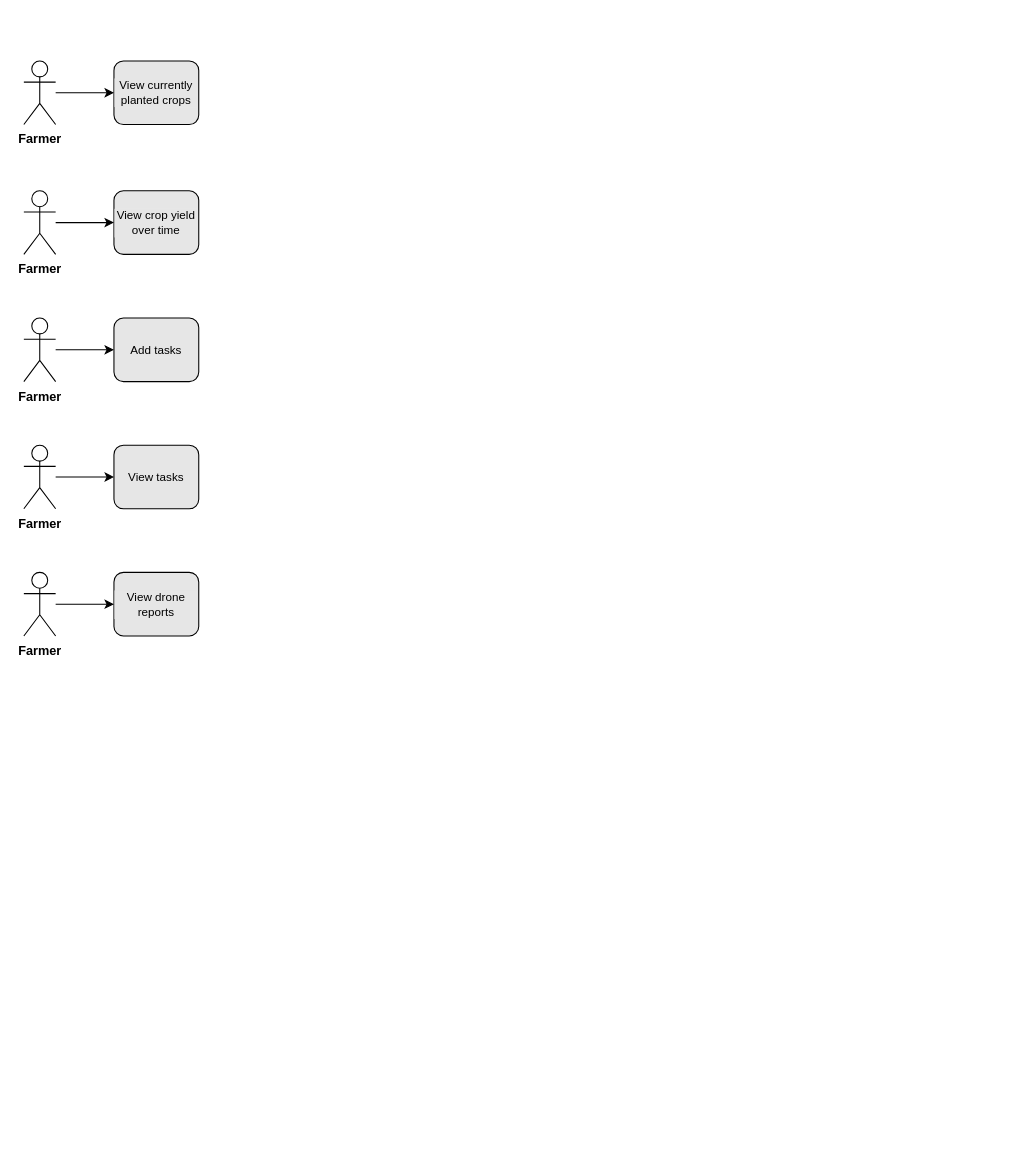
The draw.io diagram diagrams/separate_usecases.drawio in jacob5948/CS420, before the edit. Source tidied: cells renumbered, new cells numbered last; positions are measured from the earlier drawing's top-left corner, leaving out a move shared by most shapes. Both pictures are drawn from the tidied source at 106%, with x=0, y=0 at pixel (23, 60).
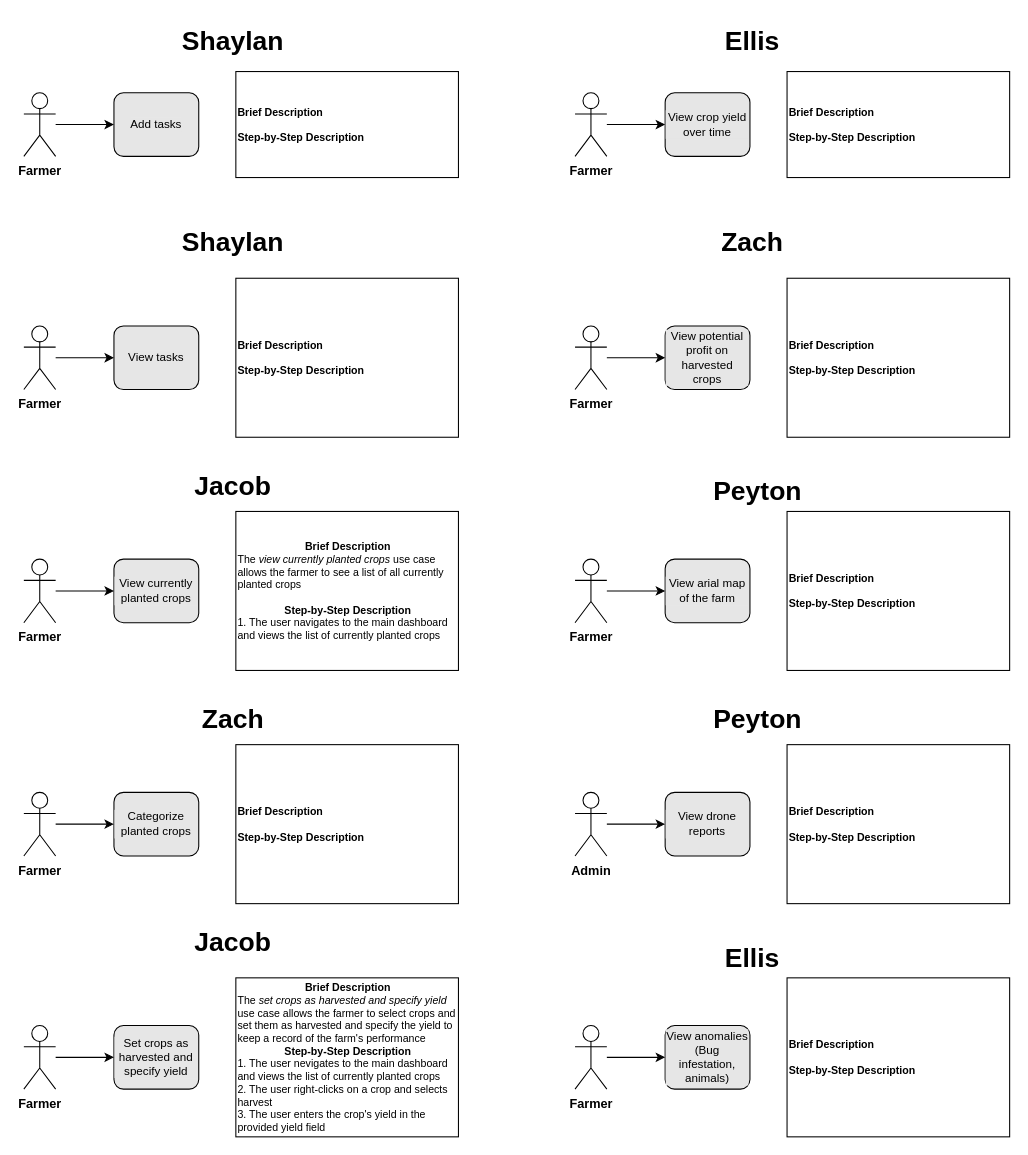
After the change.

What changed in the source:
```diff
@@
     <mxCell id="3" value="&lt;div&gt;&lt;b&gt;Farmer&lt;/b&gt;&lt;/div&gt;" style="shape=umlActor;verticalLabelPosition=bottom;verticalAlign=top;html=1;" parent="1" vertex="1">
-      <mxGeometry width="30" height="60" as="geometry" />
+      <mxGeometry y="30" width="30" height="60" as="geometry" />
     </mxCell>
-    <mxCell id="4" value="View currently planted crops" style="rounded=1;whiteSpace=wrap;html=1;fontSize=11;labelBackgroundColor=#E6E6E6;fillColor=#E6E6E6;labelBorderColor=none;" parent="1" vertex="1">
-      <mxGeometry x="85" width="80" height="60" as="geometry" />
+    <mxCell id="4" value="Add tasks" style="rounded=1;whiteSpace=wrap;html=1;fontSize=11;labelBackgroundColor=#E6E6E6;fillColor=#E6E6E6;labelBorderColor=none;" parent="1" vertex="1">
+      <mxGeometry x="85" y="30" width="80" height="60" as="geometry" />
     </mxCell>
@@
     <mxCell id="6" value="&lt;div&gt;&lt;b&gt;Farmer&lt;/b&gt;&lt;/div&gt;" style="shape=umlActor;verticalLabelPosition=bottom;verticalAlign=top;html=1;" parent="1" vertex="1">
-      <mxGeometry y="122.5" width="30" height="60" as="geometry" />
+      <mxGeometry y="250" width="30" height="60" as="geometry" />
     </mxCell>
-    <mxCell id="7" value="&lt;div&gt;View crop yield over time&lt;/div&gt;" style="rounded=1;whiteSpace=wrap;html=1;fontSize=11;labelBackgroundColor=#E6E6E6;fillColor=#E6E6E6;labelBorderColor=none;" parent="1" vertex="1">
-      <mxGeometry x="85" y="122.5" width="80" height="60" as="geometry" />
+    <mxCell id="7" value="&lt;div&gt;View tasks&lt;/div&gt;" style="rounded=1;whiteSpace=wrap;html=1;fontSize=11;labelBackgroundColor=#E6E6E6;fillColor=#E6E6E6;labelBorderColor=none;" parent="1" vertex="1">
+      <mxGeometry x="85" y="250" width="80" height="60" as="geometry" />
     </mxCell>
@@
     <mxCell id="9" value="&lt;div&gt;&lt;b&gt;Farmer&lt;/b&gt;&lt;/div&gt;" style="shape=umlActor;verticalLabelPosition=bottom;verticalAlign=top;html=1;" parent="1" vertex="1">
-      <mxGeometry y="242.5" width="30" height="60" as="geometry" />
+      <mxGeometry y="470" width="30" height="60" as="geometry" />
     </mxCell>
-    <mxCell id="10" value="Add tasks" style="rounded=1;whiteSpace=wrap;html=1;fontSize=11;labelBackgroundColor=#E6E6E6;fillColor=#E6E6E6;labelBorderColor=none;" parent="1" vertex="1">
-      <mxGeometry x="85" y="242.5" width="80" height="60" as="geometry" />
+    <mxCell id="10" value="View currently planted crops" style="rounded=1;whiteSpace=wrap;html=1;fontSize=11;labelBackgroundColor=#E6E6E6;fillColor=#E6E6E6;labelBorderColor=none;" parent="1" vertex="1">
+      <mxGeometry x="85" y="470" width="80" height="60" as="geometry" />
     </mxCell>
@@
     <mxCell id="12" value="&lt;div&gt;&lt;b&gt;Farmer&lt;/b&gt;&lt;/div&gt;" style="shape=umlActor;verticalLabelPosition=bottom;verticalAlign=top;html=1;" parent="1" vertex="1">
-      <mxGeometry y="362.5" width="30" height="60" as="geometry" />
+      <mxGeometry y="690" width="30" height="60" as="geometry" />
     </mxCell>
-    <mxCell id="13" value="&lt;div&gt;View tasks&lt;/div&gt;" style="rounded=1;whiteSpace=wrap;html=1;fontSize=11;labelBackgroundColor=#E6E6E6;fillColor=#E6E6E6;labelBorderColor=none;" parent="1" vertex="1">
-      <mxGeometry x="85" y="362.5" width="80" height="60" as="geometry" />
+    <mxCell id="13" value="&lt;div&gt;Categorize planted crops&lt;br&gt;&lt;/div&gt;" style="rounded=1;whiteSpace=wrap;html=1;fontSize=11;labelBackgroundColor=#E6E6E6;fillColor=#E6E6E6;labelBorderColor=none;" parent="1" vertex="1">
+      <mxGeometry x="85" y="690" width="80" height="60" as="geometry" />
     </mxCell>
@@
     <mxCell id="15" value="&lt;div&gt;&lt;b&gt;Farmer&lt;/b&gt;&lt;/div&gt;" style="shape=umlActor;verticalLabelPosition=bottom;verticalAlign=top;html=1;" parent="1" vertex="1">
-      <mxGeometry y="482.5" width="30" height="60" as="geometry" />
+      <mxGeometry y="910" width="30" height="60" as="geometry" />
     </mxCell>
-    <mxCell id="16" value="&lt;div&gt;View drone reports&lt;/div&gt;" style="rounded=1;whiteSpace=wrap;html=1;fontSize=11;labelBackgroundColor=#E6E6E6;fillColor=#E6E6E6;labelBorderColor=none;" parent="1" vertex="1">
-      <mxGeometry x="85" y="482.5" width="80" height="60" as="geometry" />
+    <mxCell id="16" value="Set crops as harvested and specify yield" style="rounded=1;whiteSpace=wrap;html=1;fontSize=11;labelBackgroundColor=#E6E6E6;fillColor=#E6E6E6;labelBorderColor=none;" parent="1" vertex="1">
+      <mxGeometry x="85" y="910" width="80" height="60" as="geometry" />
     </mxCell>
+    <mxCell id="17" value="&lt;div style=&quot;font-size: 10px;&quot; align=&quot;left&quot;&gt;&lt;font style=&quot;font-size: 10px;&quot;&gt;&lt;b style=&quot;font-size: 10px;&quot;&gt;Brief Description&lt;/b&gt;&lt;/font&gt;&lt;/div&gt;&lt;div style=&quot;font-size: 10px;&quot; align=&quot;left&quot;&gt;&lt;font style=&quot;font-size: 10px;&quot;&gt;&lt;b style=&quot;font-size: 10px;&quot;&gt;&lt;br style=&quot;font-size: 10px;&quot;&gt;&lt;/b&gt;&lt;/font&gt;&lt;/div&gt;&lt;div style=&quot;font-size: 10px;&quot; align=&quot;left&quot;&gt;&lt;font style=&quot;font-size: 10px;&quot;&gt;&lt;b style=&quot;font-size: 10px;&quot;&gt;Step-by-Step Description&lt;br style=&quot;font-size: 10px;&quot;&gt;&lt;/b&gt;&lt;/font&gt;&lt;/div&gt;" style="rounded=0;whiteSpace=wrap;html=1;align=left;fontSize=10;" parent="1" vertex="1">
+      <mxGeometry x="200" y="10" width="210" height="100" as="geometry" />
+    </mxCell>
+    <mxCell id="18" value="&lt;div style=&quot;font-size: 10px;&quot; align=&quot;left&quot;&gt;&lt;font style=&quot;font-size: 10px;&quot;&gt;&lt;b style=&quot;font-size: 10px;&quot;&gt;Brief Description&lt;/b&gt;&lt;/font&gt;&lt;/div&gt;&lt;div style=&quot;font-size: 10px;&quot; align=&quot;left&quot;&gt;&lt;font style=&quot;font-size: 10px;&quot;&gt;&lt;b style=&quot;font-size: 10px;&quot;&gt;&lt;br style=&quot;font-size: 10px;&quot;&gt;&lt;/b&gt;&lt;/font&gt;&lt;/div&gt;&lt;div style=&quot;font-size: 10px;&quot; align=&quot;left&quot;&gt;&lt;font style=&quot;font-size: 10px;&quot;&gt;&lt;b style=&quot;font-size: 10px;&quot;&gt;Step-by-Step Description&lt;br style=&quot;font-size: 10px;&quot;&gt;&lt;/b&gt;&lt;/font&gt;&lt;/div&gt;" style="rounded=0;whiteSpace=wrap;html=1;align=left;fontSize=10;" parent="1" vertex="1">
+      <mxGeometry x="200" y="205" width="210" height="150" as="geometry" />
+    </mxCell>
+    <mxCell id="19" value="&lt;div style=&quot;font-size: 10px&quot; align=&quot;center&quot;&gt;&lt;font style=&quot;font-size: 10px&quot;&gt;&lt;b style=&quot;font-size: 10px&quot;&gt;Brief Description&lt;/b&gt;&lt;/font&gt;&lt;/div&gt;&lt;div style=&quot;font-size: 10px&quot; align=&quot;left&quot;&gt;&lt;font style=&quot;font-size: 10px&quot;&gt;&lt;span style=&quot;font-size: 10px&quot;&gt;The &lt;i style=&quot;font-size: 10px&quot;&gt;view currently planted crops&lt;/i&gt; use case allows the farmer to see a list of all currently planted crops&lt;/span&gt;&lt;/font&gt;&lt;/div&gt;&lt;div style=&quot;font-size: 10px&quot; align=&quot;left&quot;&gt;&lt;font style=&quot;font-size: 10px&quot;&gt;&lt;span style=&quot;font-size: 10px&quot;&gt;&lt;/span&gt;&lt;b style=&quot;font-size: 10px&quot;&gt;&lt;br style=&quot;font-size: 10px&quot;&gt;&lt;/b&gt;&lt;/font&gt;&lt;/div&gt;&lt;div style=&quot;font-size: 10px&quot; align=&quot;center&quot;&gt;&lt;font style=&quot;font-size: 10px&quot;&gt;&lt;b style=&quot;font-size: 10px&quot;&gt;Step-by-Step Description&lt;br&gt;&lt;/b&gt;&lt;/font&gt;&lt;/div&gt;&lt;div style=&quot;font-size: 10px&quot; align=&quot;left&quot;&gt;&lt;font style=&quot;font-size: 10px&quot;&gt;&lt;span style=&quot;font-size: 10px&quot;&gt;1. The user navigates to the main dashboard and views the list of currently planted crops&lt;/span&gt;&lt;b style=&quot;font-size: 10px&quot;&gt;&lt;br style=&quot;font-size: 10px&quot;&gt;&lt;/b&gt;&lt;/font&gt;&lt;/div&gt;" style="rounded=0;whiteSpace=wrap;html=1;align=left;fontSize=10;" parent="1" vertex="1">
+      <mxGeometry x="200" y="425" width="210" height="150" as="geometry" />
+    </mxCell>
+    <mxCell id="20" value="&lt;div style=&quot;font-size: 10px&quot; align=&quot;center&quot;&gt;&lt;font style=&quot;font-size: 10px&quot;&gt;&lt;b style=&quot;font-size: 10px&quot;&gt;Brief Description&lt;/b&gt;&lt;/font&gt;&lt;/div&gt;&lt;div style=&quot;font-size: 10px&quot; align=&quot;left&quot;&gt;&lt;font style=&quot;font-size: 10px&quot;&gt;&lt;span style=&quot;font-size: 10px&quot;&gt;The &lt;i&gt;set crops as harvested and specify yield&lt;/i&gt; use case allows the farmer to select crops and set them as harvested and specify the yield to keep a record of the farm's performance&lt;br style=&quot;font-size: 10px&quot;&gt;&lt;/span&gt;&lt;b style=&quot;font-size: 10px&quot;&gt;&lt;/b&gt;&lt;/font&gt;&lt;/div&gt;&lt;div style=&quot;font-size: 10px&quot; align=&quot;center&quot;&gt;&lt;font style=&quot;font-size: 10px&quot;&gt;&lt;b style=&quot;font-size: 10px&quot;&gt;Step-by-Step Description&lt;/b&gt;&lt;/font&gt;&lt;/div&gt;&lt;div style=&quot;font-size: 10px&quot; align=&quot;left&quot;&gt;&lt;font style=&quot;font-size: 10px&quot;&gt;&lt;span style=&quot;font-size: 10px&quot;&gt;1. The user nevigates to the main dashboard and views the list of currently planted crops&lt;/span&gt;&lt;/font&gt;&lt;/div&gt;&lt;div style=&quot;font-size: 10px&quot; align=&quot;left&quot;&gt;&lt;font style=&quot;font-size: 10px&quot;&gt;&lt;span style=&quot;font-size: 10px&quot;&gt;2. The user right-clicks on a crop and selects harvest&lt;/span&gt;&lt;/font&gt;&lt;/div&gt;&lt;div style=&quot;font-size: 10px&quot; align=&quot;left&quot;&gt;&lt;font style=&quot;font-size: 10px&quot;&gt;&lt;span style=&quot;font-size: 10px&quot;&gt;3. The user enters the crop's yield in the provided yield field&lt;br&gt;&lt;/span&gt;&lt;/font&gt;&lt;/div&gt;" style="rounded=0;whiteSpace=wrap;html=1;align=left;fontSize=10;" parent="1" vertex="1">
+      <mxGeometry x="200" y="865" width="210" height="150" as="geometry" />
+    </mxCell>
+    <mxCell id="21" value="&lt;div style=&quot;font-size: 10px;&quot; align=&quot;left&quot;&gt;&lt;font style=&quot;font-size: 10px;&quot;&gt;&lt;b style=&quot;font-size: 10px;&quot;&gt;Brief Description&lt;/b&gt;&lt;/font&gt;&lt;/div&gt;&lt;div style=&quot;font-size: 10px;&quot; align=&quot;left&quot;&gt;&lt;font style=&quot;font-size: 10px;&quot;&gt;&lt;b style=&quot;font-size: 10px;&quot;&gt;&lt;br style=&quot;font-size: 10px;&quot;&gt;&lt;/b&gt;&lt;/font&gt;&lt;/div&gt;&lt;div style=&quot;font-size: 10px;&quot; align=&quot;left&quot;&gt;&lt;font style=&quot;font-size: 10px;&quot;&gt;&lt;b style=&quot;font-size: 10px;&quot;&gt;Step-by-Step Description&lt;/b&gt;&lt;/font&gt;&lt;/div&gt;" style="rounded=0;whiteSpace=wrap;html=1;align=left;fontSize=10;" parent="1" vertex="1">
+      <mxGeometry x="200" y="645" width="210" height="150" as="geometry" />
+    </mxCell>
+    <mxCell id="22" style="edgeStyle=orthogonalEdgeStyle;rounded=0;jettySize=auto;html=1;entryX=0;entryY=0.5;entryDx=0;entryDy=0;" parent="1" edge="1" source="23" target="24">
+      <mxGeometry relative="1" as="geometry" />
+    </mxCell>
+    <mxCell id="23" value="&lt;div&gt;&lt;b&gt;Farmer&lt;/b&gt;&lt;/div&gt;" style="shape=umlActor;verticalLabelPosition=bottom;verticalAlign=top;html=1;" parent="1" vertex="1">
+      <mxGeometry x="520" y="30" width="30" height="60" as="geometry" />
+    </mxCell>
+    <mxCell id="24" value="View crop yield over time" style="rounded=1;whiteSpace=wrap;html=1;fontSize=11;labelBackgroundColor=#E6E6E6;fillColor=#E6E6E6;labelBorderColor=none;" parent="1" vertex="1">
+      <mxGeometry x="605" y="30" width="80" height="60" as="geometry" />
+    </mxCell>
+    <mxCell id="25" style="edgeStyle=orthogonalEdgeStyle;rounded=0;jettySize=auto;html=1;entryX=0;entryY=0.5;entryDx=0;entryDy=0;" parent="1" edge="1" source="26" target="27">
+      <mxGeometry relative="1" as="geometry" />
+    </mxCell>
+    <mxCell id="26" value="&lt;div&gt;&lt;b&gt;Farmer&lt;/b&gt;&lt;/div&gt;" style="shape=umlActor;verticalLabelPosition=bottom;verticalAlign=top;html=1;" parent="1" vertex="1">
+      <mxGeometry x="520" y="250" width="30" height="60" as="geometry" />
+    </mxCell>
+    <mxCell id="27" value="View potential profit on harvested crops" style="rounded=1;whiteSpace=wrap;html=1;fontSize=11;labelBackgroundColor=#E6E6E6;fillColor=#E6E6E6;labelBorderColor=none;" parent="1" vertex="1">
+      <mxGeometry x="605" y="250" width="80" height="60" as="geometry" />
+    </mxCell>
+    <mxCell id="28" style="edgeStyle=orthogonalEdgeStyle;rounded=0;jettySize=auto;html=1;entryX=0;entryY=0.5;entryDx=0;entryDy=0;" parent="1" edge="1" source="29" target="30">
+      <mxGeometry relative="1" as="geometry" />
+    </mxCell>
+    <mxCell id="29" value="&lt;div&gt;&lt;b&gt;Farmer&lt;/b&gt;&lt;/div&gt;" style="shape=umlActor;verticalLabelPosition=bottom;verticalAlign=top;html=1;" parent="1" vertex="1">
+      <mxGeometry x="520" y="470" width="30" height="60" as="geometry" />
+    </mxCell>
+    <mxCell id="30" value="View arial map of the farm" style="rounded=1;whiteSpace=wrap;html=1;fontSize=11;labelBackgroundColor=#E6E6E6;fillColor=#E6E6E6;labelBorderColor=none;" parent="1" vertex="1">
+      <mxGeometry x="605" y="470" width="80" height="60" as="geometry" />
+    </mxCell>
+    <mxCell id="31" style="edgeStyle=orthogonalEdgeStyle;rounded=0;jettySize=auto;html=1;entryX=0;entryY=0.5;entryDx=0;entryDy=0;" parent="1" edge="1" source="32" target="33">
+      <mxGeometry relative="1" as="geometry" />
+    </mxCell>
+    <mxCell id="32" value="&lt;b&gt;Admin&lt;/b&gt;" style="shape=umlActor;verticalLabelPosition=bottom;verticalAlign=top;html=1;" parent="1" vertex="1">
+      <mxGeometry x="520" y="690" width="30" height="60" as="geometry" />
+    </mxCell>
+    <mxCell id="33" value="View drone reports" style="rounded=1;whiteSpace=wrap;html=1;fontSize=11;labelBackgroundColor=#E6E6E6;fillColor=#E6E6E6;labelBorderColor=none;" parent="1" vertex="1">
+      <mxGeometry x="605" y="690" width="80" height="60" as="geometry" />
+    </mxCell>
+    <mxCell id="34" style="edgeStyle=orthogonalEdgeStyle;rounded=0;jettySize=auto;html=1;entryX=0;entryY=0.5;entryDx=0;entryDy=0;" parent="1" edge="1" source="35" target="36">
+      <mxGeometry relative="1" as="geometry" />
+    </mxCell>
+    <mxCell id="35" value="&lt;div&gt;&lt;b&gt;Farmer&lt;/b&gt;&lt;/div&gt;" style="shape=umlActor;verticalLabelPosition=bottom;verticalAlign=top;html=1;" parent="1" vertex="1">
+      <mxGeometry x="520" y="910" width="30" height="60" as="geometry" />
+    </mxCell>
+    <mxCell id="36" value="View anomalies (Bug infestation, animals)" style="rounded=1;whiteSpace=wrap;html=1;fontSize=11;labelBackgroundColor=#E6E6E6;fillColor=#E6E6E6;labelBorderColor=none;" parent="1" vertex="1">
+      <mxGeometry x="605" y="910" width="80" height="60" as="geometry" />
+    </mxCell>
+    <mxCell id="37" value="&lt;div style=&quot;font-size: 10px;&quot; align=&quot;left&quot;&gt;&lt;font style=&quot;font-size: 10px;&quot;&gt;&lt;b style=&quot;font-size: 10px;&quot;&gt;Brief Description&lt;/b&gt;&lt;/font&gt;&lt;/div&gt;&lt;div style=&quot;font-size: 10px;&quot; align=&quot;left&quot;&gt;&lt;font style=&quot;font-size: 10px;&quot;&gt;&lt;b style=&quot;font-size: 10px;&quot;&gt;&lt;br style=&quot;font-size: 10px;&quot;&gt;&lt;/b&gt;&lt;/font&gt;&lt;/div&gt;&lt;div style=&quot;font-size: 10px;&quot; align=&quot;left&quot;&gt;&lt;font style=&quot;font-size: 10px;&quot;&gt;&lt;b style=&quot;font-size: 10px;&quot;&gt;Step-by-Step Description&lt;br style=&quot;font-size: 10px;&quot;&gt;&lt;/b&gt;&lt;/font&gt;&lt;/div&gt;" style="rounded=0;whiteSpace=wrap;html=1;align=left;fontSize=10;" parent="1" vertex="1">
+      <mxGeometry x="720" y="10" width="210" height="100" as="geometry" />
+    </mxCell>
+    <mxCell id="38" value="&lt;div style=&quot;font-size: 10px;&quot; align=&quot;left&quot;&gt;&lt;font style=&quot;font-size: 10px;&quot;&gt;&lt;b style=&quot;font-size: 10px;&quot;&gt;Brief Description&lt;/b&gt;&lt;/font&gt;&lt;/div&gt;&lt;div style=&quot;font-size: 10px;&quot; align=&quot;left&quot;&gt;&lt;font style=&quot;font-size: 10px;&quot;&gt;&lt;b style=&quot;font-size: 10px;&quot;&gt;&lt;br style=&quot;font-size: 10px;&quot;&gt;&lt;/b&gt;&lt;/font&gt;&lt;/div&gt;&lt;div style=&quot;font-size: 10px;&quot; align=&quot;left&quot;&gt;&lt;font style=&quot;font-size: 10px;&quot;&gt;&lt;b style=&quot;font-size: 10px;&quot;&gt;Step-by-Step Description&lt;br style=&quot;font-size: 10px;&quot;&gt;&lt;/b&gt;&lt;/font&gt;&lt;/div&gt;" style="rounded=0;whiteSpace=wrap;html=1;align=left;fontSize=10;" parent="1" vertex="1">
+      <mxGeometry x="720" y="205" width="210" height="150" as="geometry" />
+    </mxCell>
+    <mxCell id="39" value="&lt;div style=&quot;font-size: 10px;&quot; align=&quot;left&quot;&gt;&lt;font style=&quot;font-size: 10px;&quot;&gt;&lt;b style=&quot;font-size: 10px;&quot;&gt;Brief Description&lt;/b&gt;&lt;/font&gt;&lt;/div&gt;&lt;div style=&quot;font-size: 10px;&quot; align=&quot;left&quot;&gt;&lt;font style=&quot;font-size: 10px;&quot;&gt;&lt;b style=&quot;font-size: 10px;&quot;&gt;&lt;br style=&quot;font-size: 10px;&quot;&gt;&lt;/b&gt;&lt;/font&gt;&lt;/div&gt;&lt;div style=&quot;font-size: 10px;&quot; align=&quot;left&quot;&gt;&lt;font style=&quot;font-size: 10px;&quot;&gt;&lt;b style=&quot;font-size: 10px;&quot;&gt;Step-by-Step Description&lt;br style=&quot;font-size: 10px;&quot;&gt;&lt;/b&gt;&lt;/font&gt;&lt;/div&gt;" style="rounded=0;whiteSpace=wrap;html=1;align=left;fontSize=10;" parent="1" vertex="1">
+      <mxGeometry x="720" y="425" width="210" height="150" as="geometry" />
+    </mxCell>
+    <mxCell id="40" value="&lt;div style=&quot;font-size: 10px;&quot; align=&quot;left&quot;&gt;&lt;font style=&quot;font-size: 10px;&quot;&gt;&lt;b style=&quot;font-size: 10px;&quot;&gt;Brief Description&lt;/b&gt;&lt;/font&gt;&lt;/div&gt;&lt;div style=&quot;font-size: 10px;&quot; align=&quot;left&quot;&gt;&lt;font style=&quot;font-size: 10px;&quot;&gt;&lt;b style=&quot;font-size: 10px;&quot;&gt;&lt;br style=&quot;font-size: 10px;&quot;&gt;&lt;/b&gt;&lt;/font&gt;&lt;/div&gt;&lt;div style=&quot;font-size: 10px;&quot; align=&quot;left&quot;&gt;&lt;font style=&quot;font-size: 10px;&quot;&gt;&lt;b style=&quot;font-size: 10px;&quot;&gt;Step-by-Step Description&lt;/b&gt;&lt;/font&gt;&lt;/div&gt;" style="rounded=0;whiteSpace=wrap;html=1;align=left;fontSize=10;" parent="1" vertex="1">
+      <mxGeometry x="720" y="865" width="210" height="150" as="geometry" />
+    </mxCell>
+    <mxCell id="41" value="&lt;div style=&quot;font-size: 10px;&quot; align=&quot;left&quot;&gt;&lt;font style=&quot;font-size: 10px;&quot;&gt;&lt;b style=&quot;font-size: 10px;&quot;&gt;Brief Description&lt;/b&gt;&lt;/font&gt;&lt;/div&gt;&lt;div style=&quot;font-size: 10px;&quot; align=&quot;left&quot;&gt;&lt;font style=&quot;font-size: 10px;&quot;&gt;&lt;b style=&quot;font-size: 10px;&quot;&gt;&lt;br style=&quot;font-size: 10px;&quot;&gt;&lt;/b&gt;&lt;/font&gt;&lt;/div&gt;&lt;div style=&quot;font-size: 10px;&quot; align=&quot;left&quot;&gt;&lt;font style=&quot;font-size: 10px;&quot;&gt;&lt;b style=&quot;font-size: 10px;&quot;&gt;Step-by-Step Description&lt;/b&gt;&lt;/font&gt;&lt;/div&gt;" style="rounded=0;whiteSpace=wrap;html=1;align=left;fontSize=10;" parent="1" vertex="1">
+      <mxGeometry x="720" y="645" width="210" height="150" as="geometry" />
+    </mxCell>
+    <mxCell id="42" value="&lt;b&gt;&lt;font style=&quot;font-size: 25px&quot;&gt;Shaylan&lt;/font&gt;&lt;/b&gt;" style="text;html=1;strokeColor=none;fillColor=none;align=center;verticalAlign=middle;whiteSpace=wrap;rounded=0;fontSize=11;" parent="1" vertex="1">
+      <mxGeometry x="110" y="-40" width="175" height="40" as="geometry" />
+    </mxCell>
+    <mxCell id="43" value="&lt;b&gt;&lt;font style=&quot;font-size: 25px&quot;&gt;Shaylan&lt;/font&gt;&lt;/b&gt;" style="text;html=1;strokeColor=none;fillColor=none;align=center;verticalAlign=middle;whiteSpace=wrap;rounded=0;fontSize=11;" parent="1" vertex="1">
+      <mxGeometry x="110" y="150" width="175" height="40" as="geometry" />
+    </mxCell>
+    <mxCell id="44" value="&lt;b style=&quot;font-size: 25px;&quot;&gt;Jacob&lt;/b&gt;" style="text;html=1;strokeColor=none;fillColor=none;align=center;verticalAlign=middle;whiteSpace=wrap;rounded=0;fontSize=25;" parent="1" vertex="1">
+      <mxGeometry x="110" y="380" width="175" height="40" as="geometry" />
+    </mxCell>
+    <mxCell id="45" value="&lt;b style=&quot;font-size: 25px;&quot;&gt;Jacob&lt;/b&gt;" style="text;html=1;strokeColor=none;fillColor=none;align=center;verticalAlign=middle;whiteSpace=wrap;rounded=0;fontSize=25;" parent="1" vertex="1">
+      <mxGeometry x="110" y="810" width="175" height="40" as="geometry" />
+    </mxCell>
+    <mxCell id="46" value="Zach" style="text;html=1;strokeColor=none;fillColor=none;align=center;verticalAlign=middle;whiteSpace=wrap;rounded=0;fontSize=25;fontStyle=1;" parent="1" vertex="1">
+      <mxGeometry x="110" y="600" width="175" height="40" as="geometry" />
+    </mxCell>
+    <mxCell id="47" value="Peyton" style="text;html=1;strokeColor=none;fillColor=none;align=center;verticalAlign=middle;whiteSpace=wrap;rounded=0;fontSize=25;fontStyle=1;" parent="1" vertex="1">
+      <mxGeometry x="605" y="600" width="175" height="40" as="geometry" />
+    </mxCell>
+    <mxCell id="48" value="Peyton" style="text;html=1;strokeColor=none;fillColor=none;align=center;verticalAlign=middle;whiteSpace=wrap;rounded=0;fontSize=25;fontStyle=1;" parent="1" vertex="1">
+      <mxGeometry x="605" y="385" width="175" height="40" as="geometry" />
+    </mxCell>
+    <mxCell id="49" value="Zach" style="text;html=1;strokeColor=none;fillColor=none;align=center;verticalAlign=middle;whiteSpace=wrap;rounded=0;fontSize=25;fontStyle=1;" parent="1" vertex="1">
+      <mxGeometry x="600" y="150" width="175" height="40" as="geometry" />
+    </mxCell>
+    <mxCell id="50" value="Ellis" style="text;html=1;strokeColor=none;fillColor=none;align=center;verticalAlign=middle;whiteSpace=wrap;rounded=0;fontSize=25;fontStyle=1;" parent="1" vertex="1">
+      <mxGeometry x="600" y="825" width="175" height="40" as="geometry" />
+    </mxCell>
+    <mxCell id="51" value="&lt;div&gt;Ellis&lt;/div&gt;" style="text;html=1;strokeColor=none;fillColor=none;align=center;verticalAlign=middle;whiteSpace=wrap;rounded=0;fontSize=25;fontStyle=1;" parent="1" vertex="1">
+      <mxGeometry x="600" y="-40" width="175" height="40" as="geometry" />
+    </mxCell>
```
